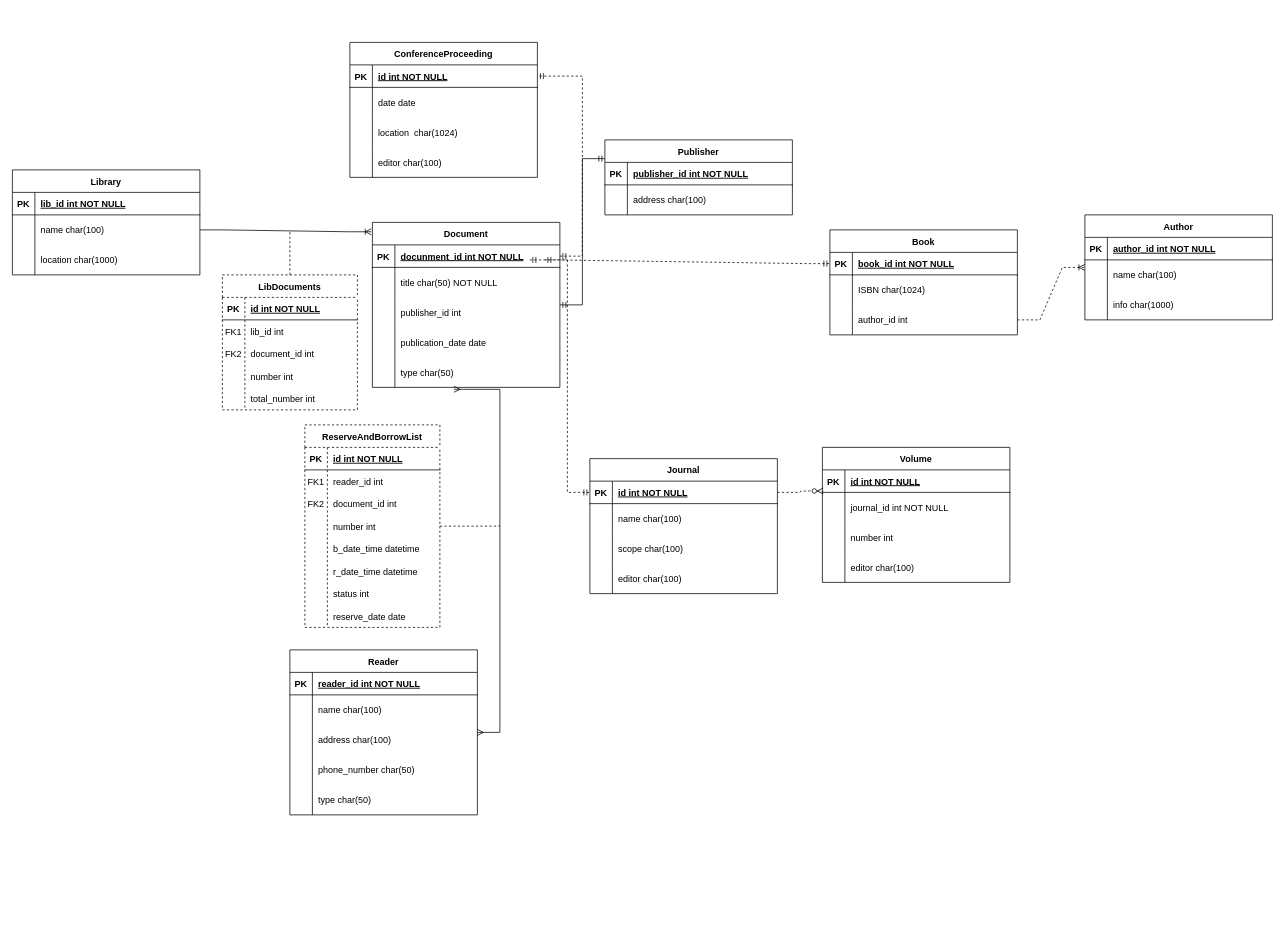
Earlier version of the draw.io diagram database-er.drawio (Maple-pro/database-assignment). Source tidied: cells renumbered, new cells numbered last; positions are measured from the earlier drawing's top-left corner, leaving out a move shared by most shapes. Both pictures are drawn from the tidied source at 75%, with x=0, y=0 at pixel (12, 42).
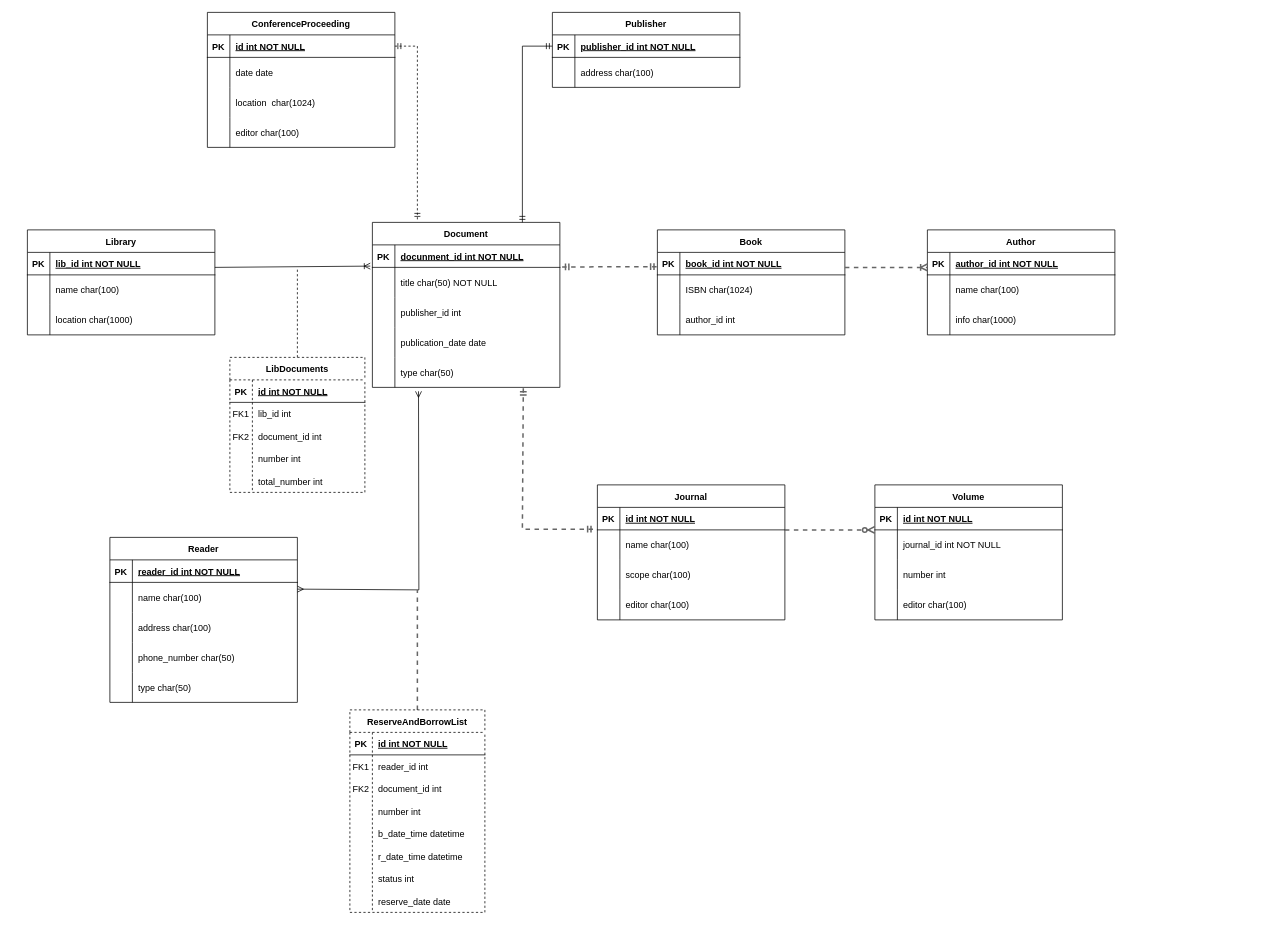
Above is the later version.

Unchanged cells that the change refers to:
```xml
<mxCell id="2" value="Document" style="shape=table;startSize=30;childLayout=tableLayout;rowLines=0;fontStyle=1;align=center;" parent="1" vertex="1">
  <mxGeometry x="480" y="240" width="250" height="220" as="geometry" />
</mxCell>
<mxCell id="3" style="shape=partialRectangle;fillColor=none;points=[[0,0.5],[1,0.5]];portConstraint=eastwest;top=0;left=0;right=0;bottom=1;" parent="2" vertex="1">
  <mxGeometry y="30" width="250" height="30" as="geometry" />
</mxCell>
<mxCell id="6" style="shape=partialRectangle;fillColor=none;points=[[0,0.5],[1,0.5]];portConstraint=eastwest;top=0;left=0;right=0;bottom=0;" parent="2" vertex="1">
  <mxGeometry y="60" width="250" height="40" as="geometry" />
</mxCell>
<mxCell id="15" style="shape=partialRectangle;fillColor=none;points=[[0,0.5],[1,0.5]];portConstraint=eastwest;top=0;left=0;right=0;bottom=0;" parent="2" vertex="1">
  <mxGeometry y="180" width="250" height="40" as="geometry" />
</mxCell>
<mxCell id="19" style="shape=partialRectangle;fillColor=none;points=[[0,0.5],[1,0.5]];portConstraint=eastwest;top=0;left=0;right=0;bottom=1;" parent="18" vertex="1">
  <mxGeometry y="30" width="250" height="30" as="geometry" />
</mxCell>
<mxCell id="25" style="shape=partialRectangle;fillColor=none;points=[[0,0.5],[1,0.5]];portConstraint=eastwest;top=0;left=0;right=0;bottom=0;" parent="18" vertex="1">
  <mxGeometry y="100" width="250" height="40" as="geometry" />
</mxCell>
<mxCell id="29" style="shape=partialRectangle;fillColor=none;points=[[0,0.5],[1,0.5]];portConstraint=eastwest;top=0;left=0;right=0;bottom=1;" parent="28" vertex="1">
  <mxGeometry y="30" width="250" height="30" as="geometry" />
</mxCell>
<mxCell id="45" style="shape=partialRectangle;fillColor=none;points=[[0,0.5],[1,0.5]];portConstraint=eastwest;top=0;left=0;right=0;bottom=0;" parent="41" vertex="1">
  <mxGeometry y="60" width="250" height="40" as="geometry" />
</mxCell>
<mxCell id="55" style="shape=partialRectangle;fillColor=none;points=[[0,0.5],[1,0.5]];portConstraint=eastwest;top=0;left=0;right=0;bottom=1;" parent="54" vertex="1">
  <mxGeometry y="30" width="250" height="30" as="geometry" />
</mxCell>
<mxCell id="68" style="shape=partialRectangle;fillColor=none;points=[[0,0.5],[1,0.5]];portConstraint=eastwest;top=0;left=0;right=0;bottom=1;" parent="67" vertex="1">
  <mxGeometry y="30" width="250" height="30" as="geometry" />
</mxCell>
<mxCell id="89" style="shape=partialRectangle;fillColor=none;points=[[0,0.5],[1,0.5]];portConstraint=eastwest;top=0;left=0;right=0;bottom=0;" parent="85" vertex="1">
  <mxGeometry y="60" width="250" height="40" as="geometry" />
</mxCell>
<mxCell id="117" style="shape=partialRectangle;fillColor=none;points=[[0,0.5],[1,0.5]];portConstraint=eastwest;top=0;left=0;right=0;bottom=0;" parent="113" vertex="1">
  <mxGeometry y="60" width="250" height="40" as="geometry" />
</mxCell>
<mxCell id="140" style="shape=tableRow;horizontal=0;startSize=0;swimlaneHead=0;swimlaneBody=0;fillColor=none;top=0;left=0;right=0;bottom=0;" parent="130" vertex="1">
  <mxGeometry y="120" width="180" height="30" as="geometry" />
</mxCell>
<mxCell id="143" style="shape=tableRow;horizontal=0;startSize=0;swimlaneHead=0;swimlaneBody=0;fillColor=none;top=0;left=0;right=0;bottom=0;" parent="130" vertex="1">
  <mxGeometry y="150" width="180" height="30" as="geometry" />
</mxCell>
<mxCell id="146" style="shape=tableRow;horizontal=0;startSize=0;swimlaneHead=0;swimlaneBody=0;fillColor=none;top=0;left=0;right=0;bottom=0;" parent="130" vertex="1">
  <mxGeometry y="180" width="180" height="30" as="geometry" />
</mxCell>
<mxCell id="149" style="shape=tableRow;horizontal=0;startSize=0;swimlaneHead=0;swimlaneBody=0;fillColor=none;top=0;left=0;right=0;bottom=0;" parent="130" vertex="1">
  <mxGeometry y="210" width="180" height="30" as="geometry" />
</mxCell>
<mxCell id="152" style="shape=tableRow;horizontal=0;startSize=0;swimlaneHead=0;swimlaneBody=0;fillColor=none;top=0;left=0;right=0;bottom=0;" parent="130" vertex="1">
  <mxGeometry y="240" width="180" height="30" as="geometry" />
</mxCell>
```

Change to the diagram source:
```diff
@@
     <mxCell id="18" value="Book" style="shape=table;startSize=30;childLayout=tableLayout;rowLines=0;fontStyle=1;align=center;" parent="1" vertex="1">
-      <mxGeometry x="1090" y="250" width="250" height="140" as="geometry" />
+      <mxGeometry x="860" y="250" width="250" height="140" as="geometry" />
     </mxCell>
@@
     <mxCell id="28" value="ConferenceProceeding" style="shape=table;startSize=30;childLayout=tableLayout;rowLines=0;fontStyle=1;align=center;" parent="1" vertex="1">
-      <mxGeometry x="450" width="250" height="180" as="geometry" />
+      <mxGeometry x="260" y="-40" width="250" height="180" as="geometry" />
     </mxCell>
@@
     <mxCell id="41" value="Volume" style="shape=table;startSize=30;childLayout=tableLayout;rowLines=0;fontStyle=1;align=center;" parent="1" vertex="1">
-      <mxGeometry x="1080" y="540" width="250" height="180" as="geometry" />
+      <mxGeometry x="1150" y="590" width="250" height="180" as="geometry" />
     </mxCell>
@@
     <mxCell id="54" value="Journal" style="shape=table;startSize=30;childLayout=tableLayout;rowLines=0;fontStyle=1;align=center;" parent="1" vertex="1">
-      <mxGeometry x="770" y="555" width="250" height="180" as="geometry" />
+      <mxGeometry x="780" y="590" width="250" height="180" as="geometry" />
     </mxCell>
@@
     <mxCell id="67" value="Publisher" style="shape=table;startSize=30;childLayout=tableLayout;rowLines=0;fontStyle=1;align=center;" parent="1" vertex="1">
-      <mxGeometry x="790" y="130" width="250" height="100" as="geometry" />
+      <mxGeometry x="720" y="-40" width="250" height="100" as="geometry" />
     </mxCell>
@@
-    <mxCell id="74" style="edgeStyle=entityRelationEdgeStyle;fontSize=12;html=1;endArrow=ERmandOne;startArrow=ERmandOne;rounded=0;entryX=0;entryY=0.25;entryDx=0;entryDy=0;" parent="1" edge="1" source="2" target="67">
-      <mxGeometry relative="1" as="geometry" />
+    <mxCell id="74" style="fontSize=12;html=1;endArrow=ERmandOne;startArrow=ERmandOne;rounded=0;edgeStyle=elbowEdgeStyle;entryX=0;entryY=0.5;entryDx=0;entryDy=0;" parent="1" edge="1" source="2" target="68">
+      <mxGeometry relative="1" as="geometry">
+        <Array as="points">
+          <mxPoint x="680" y="40" />
+          <mxPoint x="640" y="30" />
+        </Array>
+      </mxGeometry>
     </mxCell>
     <mxCell id="75" value="Author" style="shape=table;startSize=30;childLayout=tableLayout;rowLines=0;fontStyle=1;align=center;" parent="1" vertex="1">
-      <mxGeometry x="1430" y="230" width="250" height="140" as="geometry" />
+      <mxGeometry x="1220" y="250" width="250" height="140" as="geometry" />
     </mxCell>
@@
     <mxCell id="85" value="Library" style="shape=table;startSize=30;childLayout=tableLayout;rowLines=0;fontStyle=1;align=center;" parent="1" vertex="1">
-      <mxGeometry y="170" width="250" height="140" as="geometry" />
+      <mxGeometry x="20" y="250" width="250" height="140" as="geometry" />
     </mxCell>
@@
-    <mxCell id="95" style="edgeStyle=entityRelationEdgeStyle;fontSize=12;html=1;endArrow=ERoneToMany;rounded=0;entryX=-0.006;entryY=0.057;entryDx=0;entryDy=0;entryPerimeter=0;" parent="1" edge="1" source="89" target="2">
-      <mxGeometry relative="1" as="geometry" />
+    <mxCell id="95" style="fontSize=12;html=1;endArrow=ERoneToMany;rounded=0;entryX=-0.011;entryY=-0.042;entryDx=0;entryDy=0;entryPerimeter=0;" parent="1" edge="1" target="6">
+      <mxGeometry relative="1" as="geometry">
+        <mxPoint x="270" y="300" as="sourcePoint" />
+      </mxGeometry>
     </mxCell>
     <mxCell id="96" value="LibDocuments" style="shape=table;startSize=30;childLayout=tableLayout;rowLines=0;fontStyle=1;align=center;dashed=1;" parent="1" vertex="1">
-      <mxGeometry x="280" y="310" width="180" height="180" as="geometry" />
+      <mxGeometry x="290" y="420" width="180" height="180" as="geometry" />
     </mxCell>
@@
     <mxCell id="112" style="endArrow=none;dashed=1;html=1;rounded=0;exitX=0.5;exitY=0;exitDx=0;exitDy=0;" parent="1" edge="1" source="96">
       <mxGeometry relative="1" as="geometry">
-        <mxPoint x="370" y="250" as="targetPoint" />
+        <mxPoint x="380" y="300" as="targetPoint" />
       </mxGeometry>
     </mxCell>
     <mxCell id="113" value="Reader" style="shape=table;startSize=30;childLayout=tableLayout;rowLines=0;fontStyle=1;align=center;" parent="1" vertex="1">
-      <mxGeometry x="370" y="810" width="250" height="220" as="geometry" />
+      <mxGeometry x="130" y="660" width="250" height="220" as="geometry" />
     </mxCell>
@@
-    <mxCell id="129" style="edgeStyle=orthogonalEdgeStyle;rounded=0;jettySize=auto;html=1;dashed=1;endArrow=none;endFill=0;" parent="1" edge="1" source="130">
-      <mxGeometry relative="1" as="geometry">
-        <mxPoint x="650" y="645" as="targetPoint" />
-      </mxGeometry>
-    </mxCell>
+    <mxCell id="155" style="fontSize=12;html=1;endArrow=ERmany;startArrow=ERmany;rounded=0;entryX=0.246;entryY=1.131;entryDx=0;entryDy=0;entryPerimeter=0;exitX=1;exitY=0.225;exitDx=0;exitDy=0;exitPerimeter=0;" parent="1" edge="1" source="117" target="15">
+      <mxGeometry relative="1" as="geometry">
+        <Array as="points">
+          <mxPoint x="542" y="730" />
+        </Array>
+      </mxGeometry>
+    </mxCell>
+    <mxCell id="156" style="fontSize=12;html=1;endArrow=ERzeroToMany;endFill=1;rounded=0;dashed=1;strokeWidth=2;strokeColor=#666666;" parent="1" edge="1">
+      <mxGeometry relative="1" as="geometry">
+        <mxPoint x="1030" y="650" as="sourcePoint" />
+        <mxPoint x="1150" y="650" as="targetPoint" />
+      </mxGeometry>
+    </mxCell>
+    <mxCell id="157" style="fontSize=12;html=1;endArrow=ERoneToMany;rounded=0;dashed=1;strokeWidth=2;strokeColor=#666666;" parent="1" edge="1">
+      <mxGeometry relative="1" as="geometry">
+        <mxPoint x="1110" y="300" as="sourcePoint" />
+        <mxPoint x="1220" y="300" as="targetPoint" />
+      </mxGeometry>
+    </mxCell>
+    <mxCell id="158" style="fontSize=12;html=1;endArrow=ERmandOne;startArrow=ERmandOne;rounded=0;dashed=1;edgeStyle=elbowEdgeStyle;entryX=1;entryY=0.5;entryDx=0;entryDy=0;" parent="1" edge="1" target="29">
+      <mxGeometry relative="1" as="geometry">
+        <mxPoint x="540" y="236" as="sourcePoint" />
+        <Array as="points">
+          <mxPoint x="540" y="10" />
+          <mxPoint x="576" y="100" />
+        </Array>
+      </mxGeometry>
+    </mxCell>
+    <mxCell id="159" style="fontSize=12;html=1;endArrow=ERmandOne;startArrow=ERmandOne;rounded=0;dashed=1;exitX=1.012;exitY=-0.013;exitDx=0;exitDy=0;exitPerimeter=0;strokeWidth=2;strokeColor=#666666;" parent="1" edge="1" source="6">
+      <mxGeometry relative="1" as="geometry">
+        <mxPoint x="860" y="299" as="targetPoint" />
+      </mxGeometry>
+    </mxCell>
+    <mxCell id="160" style="fontSize=12;html=1;endArrow=ERmandOne;startArrow=ERmandOne;rounded=0;dashed=1;exitX=0.805;exitY=1.03;exitDx=0;exitDy=0;exitPerimeter=0;strokeWidth=2;strokeColor=#666666;entryX=-0.016;entryY=0.967;entryDx=0;entryDy=0;entryPerimeter=0;" parent="1" edge="1" source="15" target="55">
+      <mxGeometry relative="1" as="geometry">
+        <Array as="points">
+          <mxPoint x="680" y="649" />
+        </Array>
+      </mxGeometry>
+    </mxCell>
+    <mxCell id="161" style="edgeStyle=none;rounded=0;orthogonalLoop=1;jettySize=auto;html=1;exitX=0.25;exitY=0;exitDx=0;exitDy=0;" parent="1" edge="1" source="75" target="75">
+      <mxGeometry relative="1" as="geometry" />
+    </mxCell>
+    <mxCell id="162" style="endArrow=none;dashed=1;html=1;rounded=0;strokeWidth=2;strokeColor=#666666;" parent="1" edge="1">
+      <mxGeometry relative="1" as="geometry">
+        <mxPoint x="540" y="890" as="sourcePoint" />
+        <mxPoint x="540" y="730" as="targetPoint" />
+      </mxGeometry>
+    </mxCell>
     <mxCell id="130" value="ReserveAndBorrowList" style="shape=table;startSize=30;childLayout=tableLayout;rowLines=0;fontStyle=1;align=center;dashed=1;" parent="1" vertex="1">
-      <mxGeometry x="390" y="510" width="180" height="270" as="geometry" />
+      <mxGeometry x="450" y="890" width="180" height="270" as="geometry" />
     </mxCell>
@@
-    <mxCell id="141" style="shape=partialRectangle;fillColor=none;top=0;left=0;bottom=0;right=0;overflow=hidden;" parent="140" vertex="1">
-      <mxGeometry width="30" height="30" as="geometry" />
-    </mxCell>
+    <mxCell id="163" style="shape=partialRectangle;fillColor=none;top=0;left=0;bottom=0;right=0;overflow=hidden;" parent="140" vertex="1">
+      <mxGeometry width="30" height="30" as="geometry" />
+    </mxCell>
@@
-    <mxCell id="144" style="shape=partialRectangle;fillColor=none;top=0;left=0;bottom=0;right=0;overflow=hidden;" parent="143" vertex="1">
-      <mxGeometry width="30" height="30" as="geometry" />
-    </mxCell>
+    <mxCell id="164" style="shape=partialRectangle;fillColor=none;top=0;left=0;bottom=0;right=0;overflow=hidden;" parent="143" vertex="1">
+      <mxGeometry width="30" height="30" as="geometry" />
+    </mxCell>
@@
-    <mxCell id="147" style="shape=partialRectangle;fillColor=none;top=0;left=0;bottom=0;right=0;overflow=hidden;" parent="146" vertex="1">
-      <mxGeometry width="30" height="30" as="geometry" />
-    </mxCell>
+    <mxCell id="165" style="shape=partialRectangle;fillColor=none;top=0;left=0;bottom=0;right=0;overflow=hidden;" parent="146" vertex="1">
+      <mxGeometry width="30" height="30" as="geometry" />
+    </mxCell>
@@
-    <mxCell id="150" style="shape=partialRectangle;fillColor=none;top=0;left=0;bottom=0;right=0;overflow=hidden;" parent="149" vertex="1">
-      <mxGeometry width="30" height="30" as="geometry" />
-    </mxCell>
+    <mxCell id="166" style="shape=partialRectangle;fillColor=none;top=0;left=0;bottom=0;right=0;overflow=hidden;" parent="149" vertex="1">
+      <mxGeometry width="30" height="30" as="geometry" />
+    </mxCell>
@@
-    <mxCell id="153" style="shape=partialRectangle;fillColor=none;top=0;left=0;bottom=0;right=0;overflow=hidden;" parent="152" vertex="1">
-      <mxGeometry width="30" height="30" as="geometry" />
-    </mxCell>
+    <mxCell id="167" style="shape=partialRectangle;fillColor=none;top=0;left=0;bottom=0;right=0;overflow=hidden;" parent="152" vertex="1">
+      <mxGeometry width="30" height="30" as="geometry" />
+    </mxCell>
@@
-    <mxCell id="155" style="edgeStyle=entityRelationEdgeStyle;fontSize=12;html=1;endArrow=ERmany;startArrow=ERmany;rounded=0;entryX=0.435;entryY=1.065;entryDx=0;entryDy=0;entryPerimeter=0;" parent="1" edge="1" source="113" target="15">
-      <mxGeometry relative="1" as="geometry" />
-    </mxCell>
-    <mxCell id="156" style="edgeStyle=entityRelationEdgeStyle;fontSize=12;html=1;endArrow=ERzeroToMany;endFill=1;rounded=0;dashed=1;entryX=0.005;entryY=-0.045;entryDx=0;entryDy=0;entryPerimeter=0;" parent="1" edge="1" source="55" target="45">
-      <mxGeometry relative="1" as="geometry" />
-    </mxCell>
-    <mxCell id="157" style="edgeStyle=entityRelationEdgeStyle;fontSize=12;html=1;endArrow=ERoneToMany;rounded=0;dashed=1;" parent="1" edge="1" source="25" target="75">
-      <mxGeometry relative="1" as="geometry" />
-    </mxCell>
-    <mxCell id="158" style="edgeStyle=entityRelationEdgeStyle;fontSize=12;html=1;endArrow=ERmandOne;startArrow=ERmandOne;rounded=0;dashed=1;" parent="1" edge="1" source="3" target="29">
-      <mxGeometry relative="1" as="geometry" />
-    </mxCell>
-    <mxCell id="159" style="edgeStyle=entityRelationEdgeStyle;fontSize=12;html=1;endArrow=ERmandOne;startArrow=ERmandOne;rounded=0;dashed=1;" parent="1" edge="1" target="19">
-      <mxGeometry relative="1" as="geometry">
-        <mxPoint x="690" y="290" as="sourcePoint" />
-      </mxGeometry>
-    </mxCell>
-    <mxCell id="160" style="edgeStyle=entityRelationEdgeStyle;fontSize=12;html=1;endArrow=ERmandOne;startArrow=ERmandOne;rounded=0;dashed=1;" parent="1" edge="1" target="55">
-      <mxGeometry relative="1" as="geometry">
-        <mxPoint x="710" y="290" as="sourcePoint" />
-      </mxGeometry>
-    </mxCell>
```
